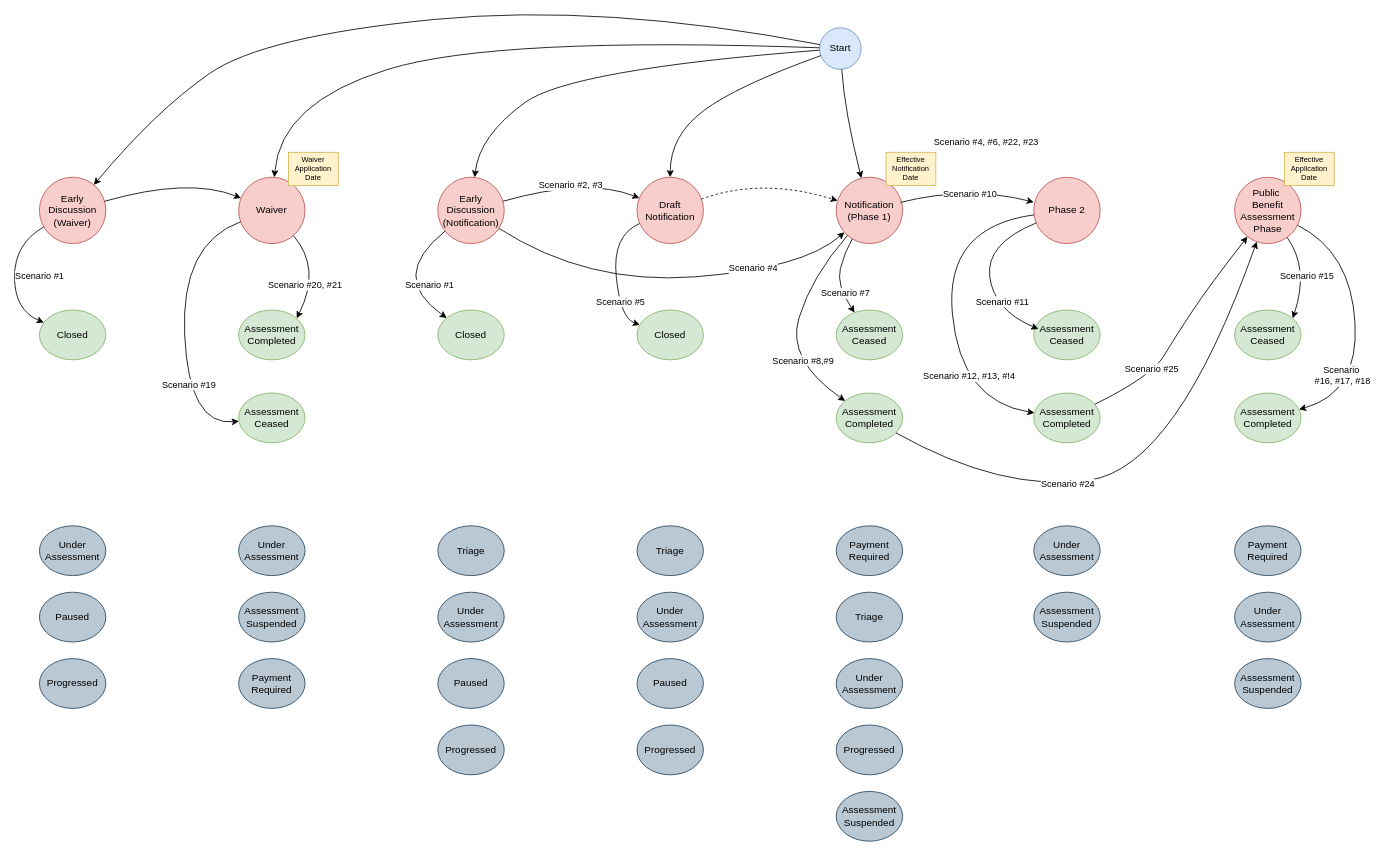
Above: page "Phase Change" (3 of 3) of logging/Merger Matter Phase and Status.drawio in danieldotskc/helloworld (draw.io), before the change. Source tidied: cells renumbered, new cells numbered last; positions are measured from the earlier drawing's top-left corner, leaving out a move shared by most shapes. Both pictures are drawn from the tidied source at 83%, with x=0, y=0 at pixel (14, 2).
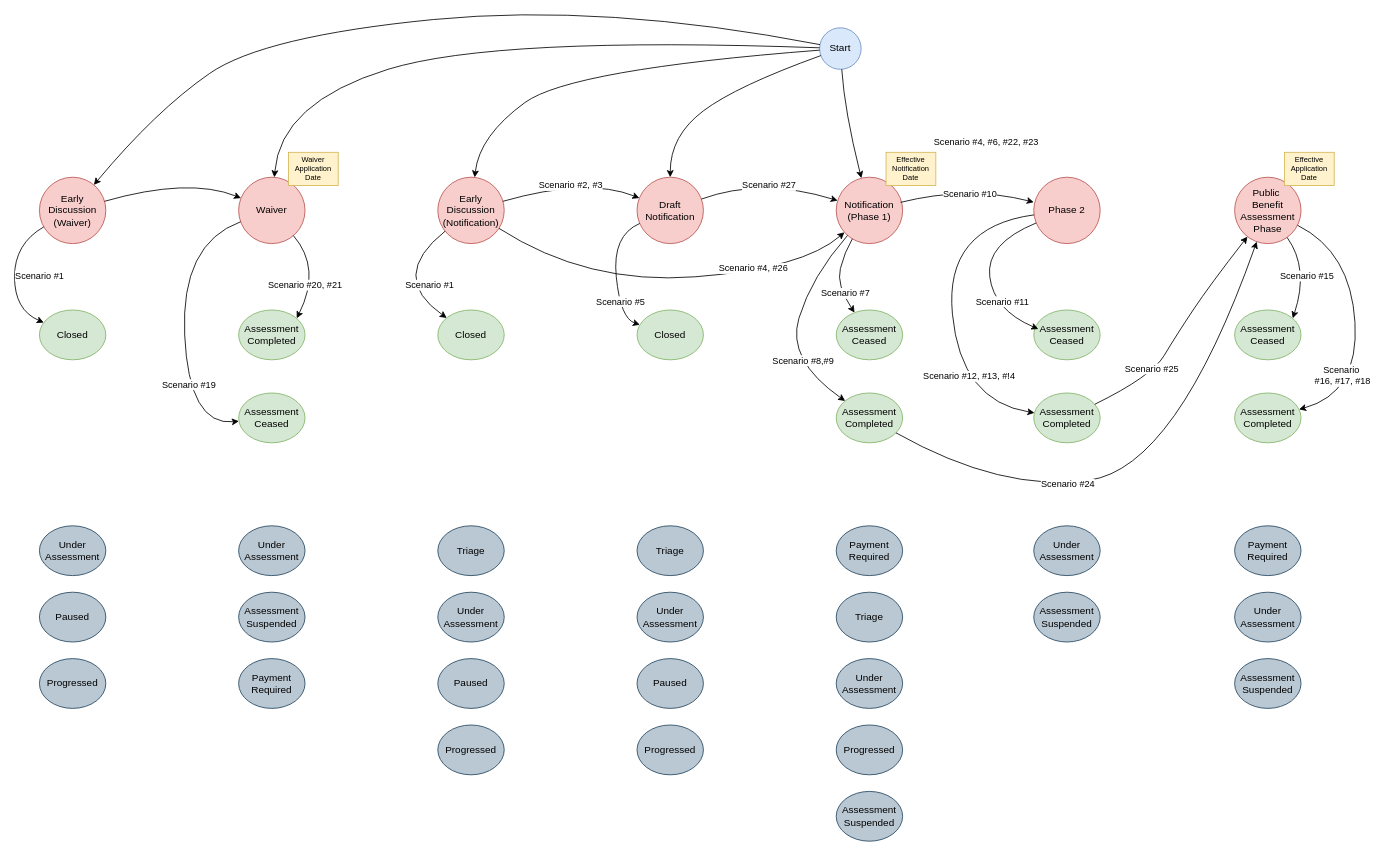
Above is the later version.

The change refers to these unchanged cells:
```xml
<mxCell id="2" value="Early Discussion (Notification)" style="ellipse;whiteSpace=wrap;html=1;fillColor=#f8cecc;strokeColor=#b85450;" parent="1" vertex="1">
  <mxGeometry x="510" y="210" width="80" height="80" as="geometry" />
</mxCell>
<mxCell id="3" value="Draft Notification" style="ellipse;whiteSpace=wrap;html=1;fillColor=#f8cecc;strokeColor=#b85450;" parent="1" vertex="1">
  <mxGeometry x="750" y="210" width="80" height="80" as="geometry" />
</mxCell>
<mxCell id="4" value="Notification (Phase 1)" style="ellipse;whiteSpace=wrap;html=1;fillColor=#f8cecc;strokeColor=#b85450;" parent="1" vertex="1">
  <mxGeometry x="990" y="210" width="80" height="80" as="geometry" />
</mxCell>
<mxCell id="6" value="Start" style="ellipse;whiteSpace=wrap;html=1;fillColor=#dae8fc;strokeColor=#6c8ebf;" parent="1" vertex="1">
  <mxGeometry x="970" y="30" width="50" height="50" as="geometry" />
</mxCell>
```

Diff of the diagram source:
```diff
@@
-    <mxCell id="7" style="curved=1;endArrow=classic;html=1;rounded=0;" parent="1" edge="1" source="6" target="2">
+    <mxCell id="7" style="curved=1;endArrow=classic;html=1;rounded=0;strokeColor=#000000;" parent="1" edge="1" source="6" target="2">
       <mxGeometry relative="1" as="geometry">
         <Array as="points">
           <mxPoint x="670" y="80" />
           <mxPoint x="560" y="160" />
         </Array>
       </mxGeometry>
     </mxCell>
@@
-    <mxCell id="11" value="Scenario #4" style="curved=1;endArrow=classic;html=1;rounded=0;" parent="1" edge="1" source="2" target="4">
+    <mxCell id="11" value="Scenario #4, #26" style="curved=1;endArrow=classic;html=1;rounded=0;" parent="1" edge="1" source="2" target="4">
       <mxGeometry x="0.44" y="5" relative="1" as="geometry">
         <Array as="points">
           <mxPoint x="690" y="340" />
           <mxPoint x="950" y="320" />
         </Array>
       </mxGeometry>
     </mxCell>
-    <mxCell id="12" style="curved=1;endArrow=classic;html=1;rounded=0;dashed=1;" parent="1" edge="1" source="3" target="4">
-      <mxGeometry relative="1" as="geometry">
+    <mxCell id="12" value="Scenario #27" style="curved=1;endArrow=classic;html=1;rounded=0;" parent="1" edge="1" source="3" target="4">
+      <mxGeometry x="0.03" y="-7" relative="1" as="geometry">
         <Array as="points">
           <mxPoint x="900" y="210" />
         </Array>
       </mxGeometry>
     </mxCell>
```
